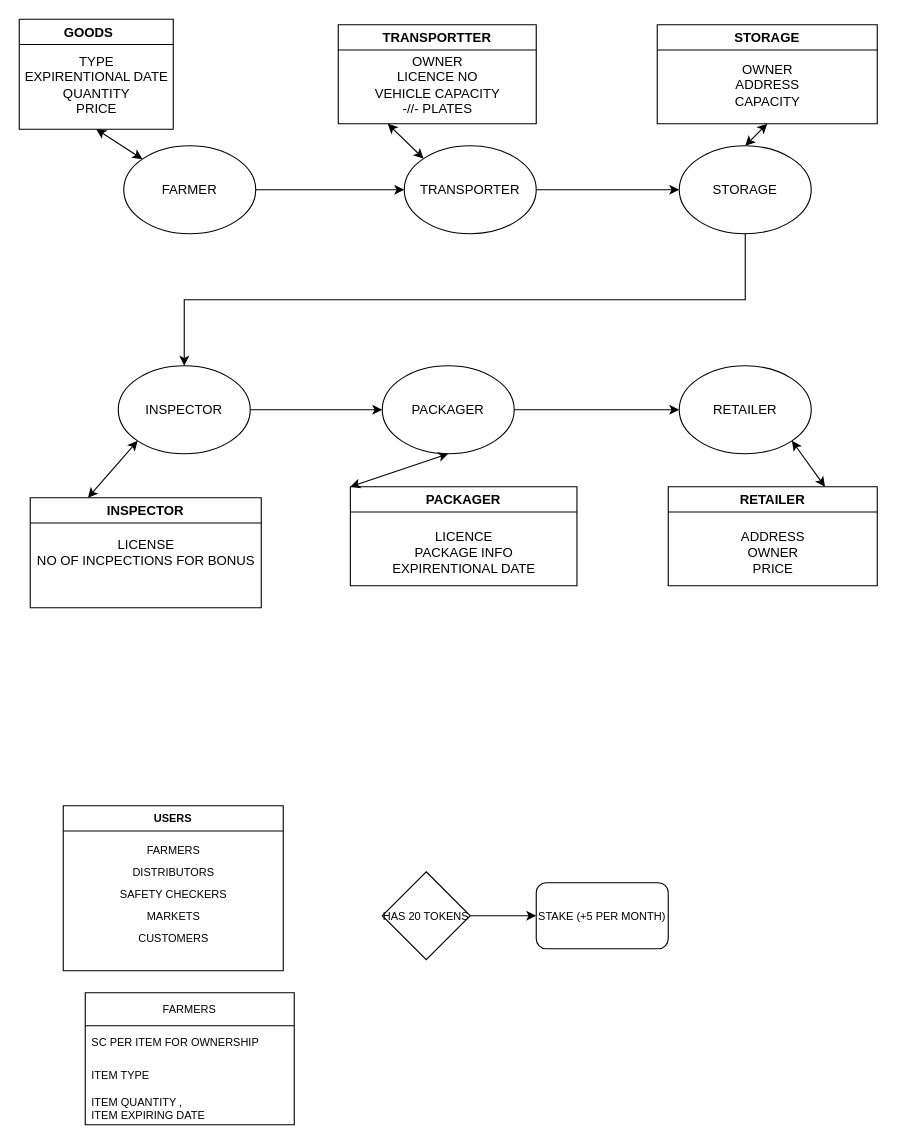
Above: Untitled Diagram.drawio in gianniskok/agricultural-sc (draw.io), before the change. Source tidied: cells renumbered, new cells numbered last; positions are measured from the earlier drawing's top-left corner, leaving out a move shared by most shapes. Both pictures are drawn from the tidied source at 110%, with x=0, y=0 at pixel (19, 19).
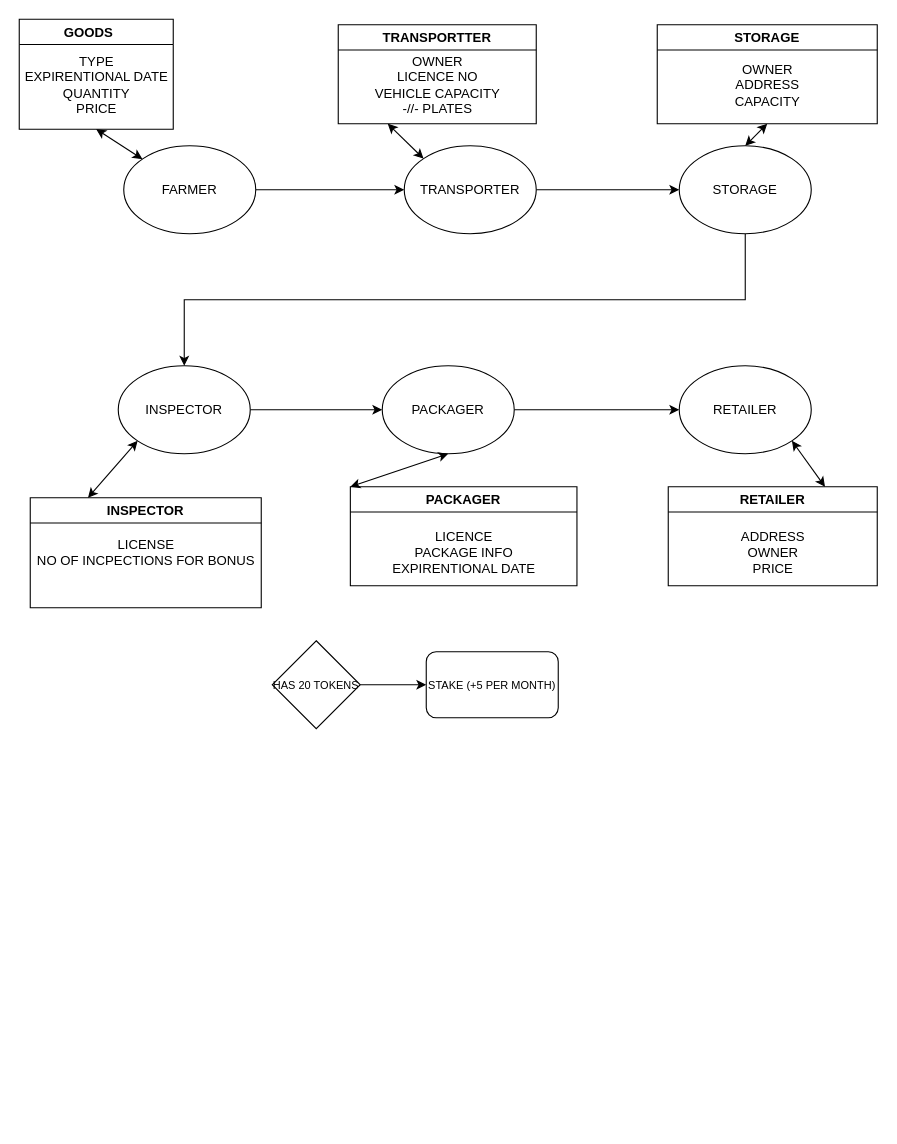
Above is the later version.

What changed in the source:
```diff
@@
     <mxCell id="3" value="HAS 20 TOKENS" style="rhombus;whiteSpace=wrap;html=1;fontSize=10;" parent="1" vertex="1">
-      <mxGeometry x="330" y="775" width="80" height="80" as="geometry" />
+      <mxGeometry x="230" y="565" width="80" height="80" as="geometry" />
     </mxCell>
     <mxCell id="4" value="STAKE (+5 PER MONTH)" style="rounded=1;whiteSpace=wrap;html=1;fontSize=10;" parent="1" vertex="1">
-      <mxGeometry x="470" y="785" width="120" height="60" as="geometry" />
+      <mxGeometry x="370" y="575" width="120" height="60" as="geometry" />
     </mxCell>
-    <mxCell id="5" value="USERS" style="swimlane;fontSize=10;" parent="1" vertex="1">
-      <mxGeometry x="40" y="715" width="200" height="150" as="geometry" />
-    </mxCell>
-    <mxCell id="6" value="FARMERS" style="text;html=1;align=center;verticalAlign=middle;strokeColor=none;fillColor=none;fontSize=10;" parent="5" vertex="1">
-      <mxGeometry x="70" y="30" width="60" height="20" as="geometry" />
-    </mxCell>
-    <mxCell id="7" value="DISTRIBUTORS" style="text;html=1;align=center;verticalAlign=middle;strokeColor=none;fillColor=none;fontSize=10;" parent="5" vertex="1">
-      <mxGeometry x="55" y="50" width="90" height="20" as="geometry" />
-    </mxCell>
-    <mxCell id="8" value="SAFETY CHECKERS" style="text;html=1;align=center;verticalAlign=middle;strokeColor=none;fillColor=none;fontSize=10;" parent="5" vertex="1">
-      <mxGeometry x="40" y="70" width="120" height="20" as="geometry" />
-    </mxCell>
-    <mxCell id="9" value="MARKETS" style="text;html=1;align=center;verticalAlign=middle;strokeColor=none;fillColor=none;fontSize=10;" parent="5" vertex="1">
-      <mxGeometry x="65" y="90" width="70" height="20" as="geometry" />
-    </mxCell>
-    <mxCell id="10" value="CUSTOMERS" style="text;html=1;align=center;verticalAlign=middle;strokeColor=none;fillColor=none;fontSize=10;" parent="5" vertex="1">
-      <mxGeometry x="60" y="110" width="80" height="20" as="geometry" />
-    </mxCell>
-    <mxCell id="11" value="FARMERS" style="swimlane;fontStyle=0;horizontal=1;startSize=30;fontSize=10;" parent="1" vertex="1">
-      <mxGeometry x="60" y="885" width="190" height="120" as="geometry" />
-    </mxCell>
-    <mxCell id="12" value="SC PER ITEM FOR OWNERSHIP" style="text;strokeColor=none;fillColor=none;align=left;verticalAlign=middle;spacingLeft=4;spacingRight=4;overflow=hidden;fontSize=10;" parent="11" vertex="1">
-      <mxGeometry y="30" width="190" height="30" as="geometry" />
-    </mxCell>
-    <mxCell id="13" value="ITEM TYPE" style="text;strokeColor=none;fillColor=none;align=left;verticalAlign=middle;spacingLeft=4;spacingRight=4;overflow=hidden;fontSize=10;" parent="11" vertex="1">
-      <mxGeometry y="60" width="190" height="30" as="geometry" />
-    </mxCell>
-    <mxCell id="14" value="ITEM QUANTITY ,&#10; ITEM EXPIRING DATE" style="text;strokeColor=none;fillColor=none;align=left;verticalAlign=middle;spacingLeft=4;spacingRight=4;overflow=hidden;fontSize=10;" parent="11" vertex="1">
-      <mxGeometry y="90" width="190" height="30" as="geometry" />
-    </mxCell>
```
